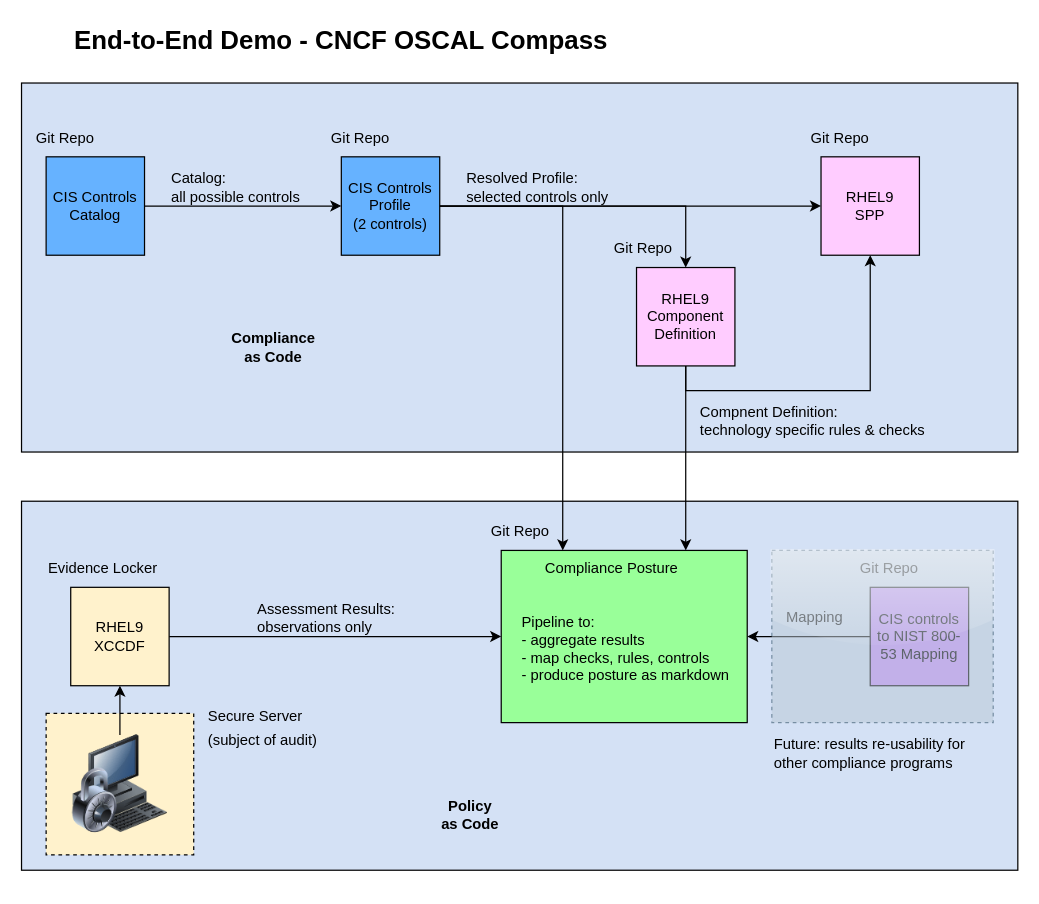
The draw.io diagram images/e2e-demo.drawio in oscal-compass/e2e-demo, before the edit. Source tidied: cells renumbered, new cells numbered last; positions are measured from the earlier drawing's top-left corner, leaving out a move shared by most shapes. Both pictures are drawn from the tidied source at 123%, with x=0, y=0 at pixel (21, 21).
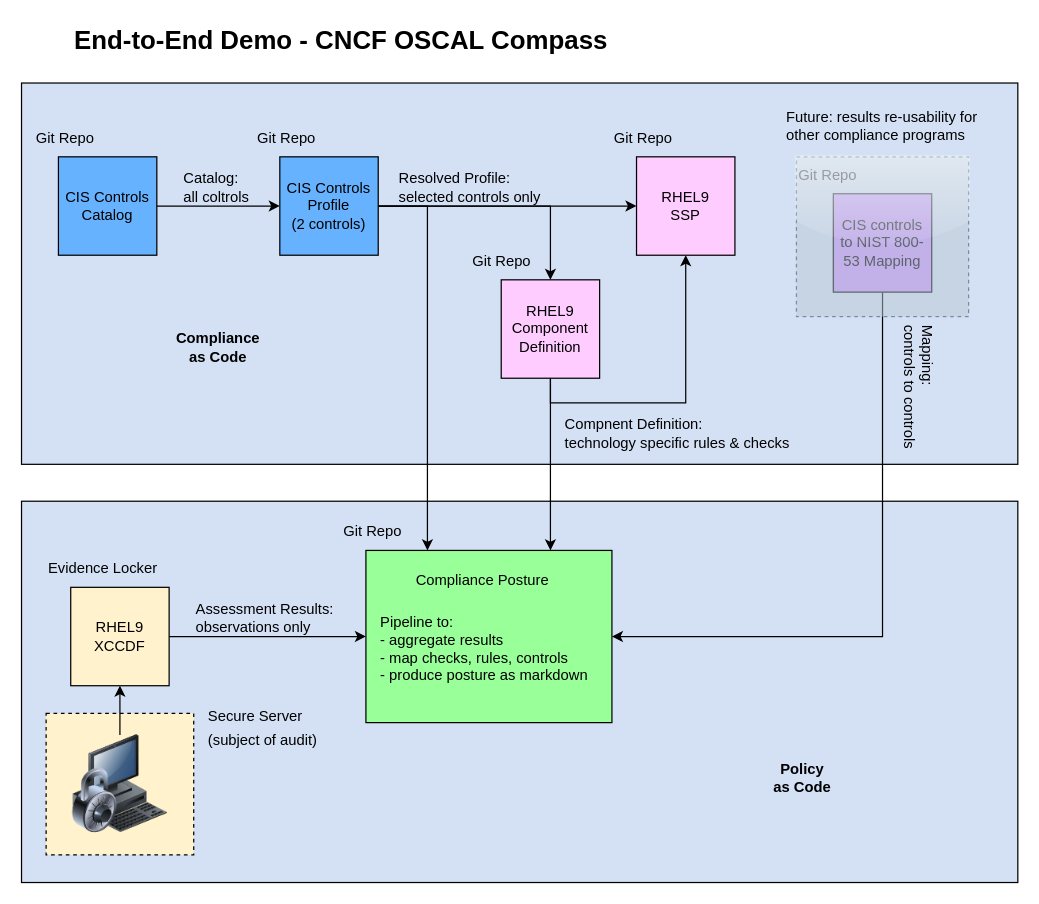
The same page after the edit.

Diff of the diagram source:
```diff
@@
     <mxCell id="2" style="rounded=0;whiteSpace=wrap;html=1;fillColor=light-dark(#D4E1F5,var(--ge-dark-color, #121212));" parent="1" vertex="1">
-      <mxGeometry y="390" width="810" height="300" as="geometry" />
+      <mxGeometry y="390" width="810" height="310" as="geometry" />
     </mxCell>
     <mxCell id="3" style="rounded=0;whiteSpace=wrap;html=1;fillColor=light-dark(#D4E1F5,var(--ge-dark-color, #121212));" parent="1" vertex="1">
-      <mxGeometry y="50" width="810" height="300" as="geometry" />
+      <mxGeometry y="50" width="810" height="310" as="geometry" />
     </mxCell>
     <mxCell id="4" style="rounded=0;whiteSpace=wrap;html=1;fillColor=light-dark(#99FF99,var(--ge-dark-color, #121212));" parent="1" vertex="1">
-      <mxGeometry x="390" y="430" width="200" height="140" as="geometry" />
+      <mxGeometry x="280" y="430" width="200" height="140" as="geometry" />
     </mxCell>
@@
     <mxCell id="7" value="CIS Controls&lt;div&gt;Catalog&lt;/div&gt;" style="whiteSpace=wrap;html=1;fillColor=light-dark(#66B2FF,var(--ge-dark-color, #121212));" parent="1" vertex="1">
-      <mxGeometry x="20" y="110" width="80" height="80" as="geometry" />
+      <mxGeometry x="30" y="110" width="80" height="80" as="geometry" />
     </mxCell>
@@
     <mxCell id="11" value="CIS Controls&lt;div&gt;Profile&lt;/div&gt;&lt;div&gt;(2 controls)&lt;/div&gt;" style="whiteSpace=wrap;html=1;fillColor=light-dark(#66B2FF,var(--ge-dark-color, #121212));" parent="1" vertex="1">
-      <mxGeometry x="260" y="110" width="80" height="80" as="geometry" />
+      <mxGeometry x="210" y="110" width="80" height="80" as="geometry" />
     </mxCell>
@@
     <mxCell id="13" value="Git Repo" style="text;html=1;align=left;verticalAlign=middle;whiteSpace=wrap;rounded=0;" parent="1" vertex="1">
-      <mxGeometry x="250" y="80" width="60" height="30" as="geometry" />
+      <mxGeometry x="190" y="80" width="60" height="30" as="geometry" />
     </mxCell>
@@
     <mxCell id="16" value="RHEL9&lt;div&gt;Component Definition&lt;/div&gt;" style="whiteSpace=wrap;html=1;fillColor=light-dark(#FFCCFF,var(--ge-dark-color, #121212));" parent="1" vertex="1">
-      <mxGeometry x="500" y="200" width="80" height="80" as="geometry" />
+      <mxGeometry x="390" y="210" width="80" height="80" as="geometry" />
     </mxCell>
     <mxCell id="17" value="Git Repo" style="text;html=1;align=left;verticalAlign=middle;whiteSpace=wrap;rounded=0;" parent="1" vertex="1">
-      <mxGeometry x="380" y="400" width="60" height="30" as="geometry" />
+      <mxGeometry x="260" y="400" width="60" height="30" as="geometry" />
     </mxCell>
-    <mxCell id="18" value="RHEL9&lt;div&gt;SPP&lt;/div&gt;" style="whiteSpace=wrap;html=1;fillColor=light-dark(#FFCCFF,var(--ge-dark-color, #121212));" parent="1" vertex="1">
-      <mxGeometry x="650" y="110" width="80" height="80" as="geometry" />
+    <mxCell id="18" value="RHEL9&lt;div&gt;SSP&lt;/div&gt;" style="whiteSpace=wrap;html=1;fillColor=light-dark(#FFCCFF,var(--ge-dark-color, #121212));" parent="1" vertex="1">
+      <mxGeometry x="500" y="110" width="80" height="80" as="geometry" />
     </mxCell>
     <mxCell id="19" value="Git Repo" style="text;html=1;align=left;verticalAlign=middle;whiteSpace=wrap;rounded=0;" parent="1" vertex="1">
-      <mxGeometry x="640" y="80" width="60" height="30" as="geometry" />
+      <mxGeometry x="480" y="80" width="60" height="30" as="geometry" />
     </mxCell>
@@
     <mxCell id="28" value="Assessment Results:&lt;div&gt;observations only&lt;/div&gt;" style="text;html=1;align=left;verticalAlign=middle;whiteSpace=wrap;rounded=0;" parent="1" vertex="1">
-      <mxGeometry x="190" y="470" width="140" height="30" as="geometry" />
+      <mxGeometry x="140" y="470" width="140" height="30" as="geometry" />
     </mxCell>
     <mxCell id="29" value="Pipeline to:&lt;div&gt;- aggregate results&lt;/div&gt;&lt;div&gt;- map checks, rules, controls&lt;/div&gt;&lt;div&gt;- produce posture as markdown&lt;/div&gt;" style="text;html=1;align=left;verticalAlign=middle;whiteSpace=wrap;rounded=0;" parent="1" vertex="1">
-      <mxGeometry x="405" y="470" width="180" height="80" as="geometry" />
+      <mxGeometry x="290" y="470" width="180" height="80" as="geometry" />
     </mxCell>
-    <mxCell id="30" value="Catalog:&lt;div&gt;all possible controls&lt;/div&gt;" style="text;html=1;align=left;verticalAlign=middle;whiteSpace=wrap;rounded=0;" parent="1" vertex="1">
-      <mxGeometry x="120" y="120" width="120" height="30" as="geometry" />
+    <mxCell id="30" value="Catalog:&lt;div&gt;all coltrols&lt;/div&gt;" style="text;html=1;align=left;verticalAlign=middle;whiteSpace=wrap;rounded=0;" parent="1" vertex="1">
+      <mxGeometry x="130" y="120" width="120" height="30" as="geometry" />
     </mxCell>
     <mxCell id="31" value="Git Repo" style="text;html=1;align=left;verticalAlign=middle;whiteSpace=wrap;rounded=0;" parent="1" vertex="1">
-      <mxGeometry x="480" y="170" width="60" height="30" as="geometry" />
+      <mxGeometry x="365" y="180" width="60" height="30" as="geometry" />
     </mxCell>
     <mxCell id="32" value="Resolved Profile:&lt;div&gt;selected controls only&lt;/div&gt;" style="text;html=1;align=left;verticalAlign=middle;whiteSpace=wrap;rounded=0;" parent="1" vertex="1">
-      <mxGeometry x="360" y="120" width="120" height="30" as="geometry" />
+      <mxGeometry x="305" y="120" width="120" height="30" as="geometry" />
     </mxCell>
     <mxCell id="33" value="Compnent Definition:&lt;div&gt;technology specific rules &amp;amp; checks&lt;/div&gt;" style="text;html=1;align=left;verticalAlign=middle;whiteSpace=wrap;rounded=0;" parent="1" vertex="1">
-      <mxGeometry x="550" y="310" width="190" height="30" as="geometry" />
+      <mxGeometry x="440" y="320" width="190" height="30" as="geometry" />
     </mxCell>
     <mxCell id="34" value="Compliance Posture" style="text;html=1;align=center;verticalAlign=middle;whiteSpace=wrap;rounded=0;" parent="1" vertex="1">
-      <mxGeometry x="410" y="430" width="140" height="30" as="geometry" />
+      <mxGeometry x="305" y="440" width="140" height="30" as="geometry" />
     </mxCell>
-    <mxCell id="35" style="edgeStyle=orthogonalEdgeStyle;rounded=0;jettySize=auto;html=1;exitX=0;exitY=0.5;exitDx=0;exitDy=0;" parent="1" edge="1" source="36" target="4">
+    <mxCell id="35" style="edgeStyle=orthogonalEdgeStyle;rounded=0;jettySize=auto;html=1;exitX=0.5;exitY=1;exitDx=0;exitDy=0;entryX=1;entryY=0.5;entryDx=0;entryDy=0;" parent="1" edge="1" source="36" target="4">
       <mxGeometry relative="1" as="geometry" />
     </mxCell>
     <mxCell id="36" value="CIS controls to NIST 800-53 Mapping" style="whiteSpace=wrap;html=1;fillColor=light-dark(#CC99FF,var(--ge-dark-color, #121212));" parent="1" vertex="1">
-      <mxGeometry x="690" y="460" width="80" height="80" as="geometry" />
+      <mxGeometry x="660" y="140" width="80" height="80" as="geometry" />
     </mxCell>
-    <mxCell id="37" value="Mapping" style="text;html=1;align=left;verticalAlign=middle;whiteSpace=wrap;rounded=0;" parent="1" vertex="1">
-      <mxGeometry x="620" y="470" width="140" height="30" as="geometry" />
+    <mxCell id="37" value="Mapping:&lt;div&gt;controls to controls&lt;/div&gt;" style="text;html=1;align=left;verticalAlign=middle;whiteSpace=wrap;rounded=0;rotation=90;" parent="1" vertex="1">
+      <mxGeometry x="660" y="300" width="140" height="30" as="geometry" />
     </mxCell>
     <mxCell id="38" value="Git Repo" style="text;html=1;align=left;verticalAlign=middle;whiteSpace=wrap;rounded=0;" parent="1" vertex="1">
-      <mxGeometry x="680" y="430" width="60" height="30" as="geometry" />
+      <mxGeometry x="630" y="110" width="60" height="30" as="geometry" />
     </mxCell>
-    <mxCell id="39" style="whiteSpace=wrap;html=1;dashed=1;fillColor=#bac8d3;glass=1;opacity=50;strokeColor=#23445d;" parent="1" vertex="1">
-      <mxGeometry x="610" y="430" width="180" height="140" as="geometry" />
-    </mxCell>
     <mxCell id="40" value="Future: results re-usability for other compliance programs" style="text;html=1;align=left;verticalAlign=middle;whiteSpace=wrap;rounded=0;" parent="1" vertex="1">
-      <mxGeometry x="610" y="580" width="160" height="30" as="geometry" />
+      <mxGeometry x="620" y="70" width="160" height="30" as="geometry" />
     </mxCell>
     <mxCell id="41" value="Policy as Code" style="text;html=1;align=center;verticalAlign=middle;whiteSpace=wrap;rounded=0;fontStyle=1;" parent="1" vertex="1">
-      <mxGeometry x="340" y="630" width="50" height="30" as="geometry" />
+      <mxGeometry x="610" y="600" width="50" height="30" as="geometry" />
     </mxCell>
     <mxCell id="42" value="Compliance as Code" style="text;html=1;align=center;verticalAlign=middle;whiteSpace=wrap;rounded=0;fontStyle=1;" parent="1" vertex="1">
-      <mxGeometry x="175" y="250" width="60" height="30" as="geometry" />
+      <mxGeometry x="130" y="250" width="60" height="30" as="geometry" />
     </mxCell>
+    <mxCell id="39" style="whiteSpace=wrap;html=1;dashed=1;fillColor=#bac8d3;glass=1;opacity=50;strokeColor=#23445d;" parent="1" vertex="1">
+      <mxGeometry x="630" y="110" width="140" height="130" as="geometry" />
+    </mxCell>
```
